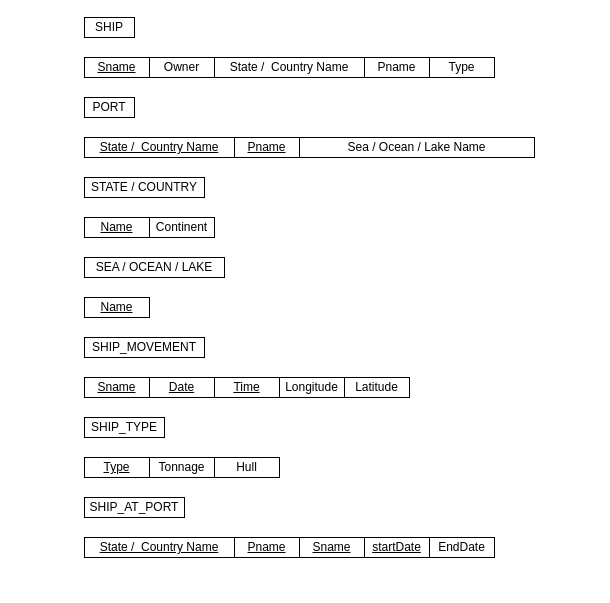
shivamdesai04/ENSF300 keeps this draw.io diagram as assignment3/Question1.drawio. Above is the earlier version. Source tidied: cells renumbered, new cells numbered last; positions are measured from the earlier drawing's top-left corner, leaving out a move shared by most shapes. Both pictures are drawn from the tidied source at 100%, with x=0, y=0 at pixel (84, 17).
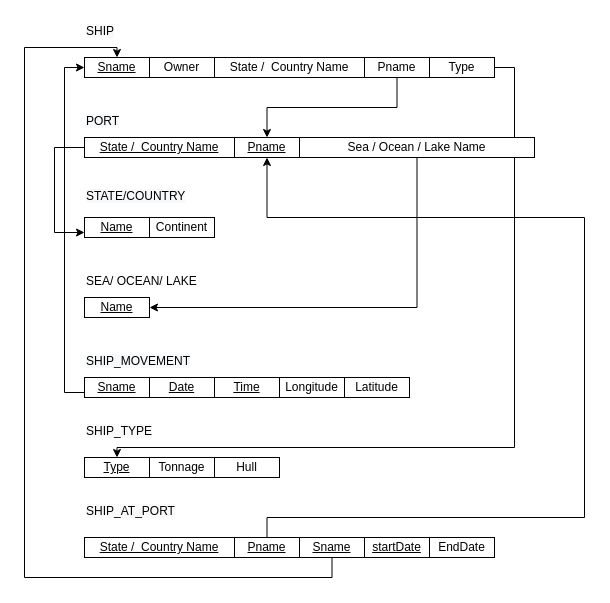
The same page after the edit.

The change refers to these unchanged cells:
```xml
<mxCell id="5" value="&lt;u&gt;Sname&lt;/u&gt;" style="rounded=0;whiteSpace=wrap;html=1;" parent="1" vertex="1">
  <mxGeometry y="40" width="65" height="20" as="geometry" />
</mxCell>
<mxCell id="7" value="Type" style="rounded=0;whiteSpace=wrap;html=1;" parent="1" vertex="1">
  <mxGeometry x="345" y="40" width="65" height="20" as="geometry" />
</mxCell>
<mxCell id="8" value="Pname" style="rounded=0;whiteSpace=wrap;html=1;" parent="1" vertex="1">
  <mxGeometry x="280" y="40" width="65" height="20" as="geometry" />
</mxCell>
<mxCell id="10" value="&lt;u&gt;Name&lt;/u&gt;" style="rounded=0;whiteSpace=wrap;html=1;" parent="1" vertex="1">
  <mxGeometry y="200" width="65" height="20" as="geometry" />
</mxCell>
<mxCell id="16" value="&lt;u&gt;Sname&lt;/u&gt;" style="rounded=0;whiteSpace=wrap;html=1;" parent="1" vertex="1">
  <mxGeometry y="360" width="65" height="20" as="geometry" />
</mxCell>
<mxCell id="21" value="&lt;u&gt;Type&lt;/u&gt;" style="rounded=0;whiteSpace=wrap;html=1;" parent="1" vertex="1">
  <mxGeometry y="440" width="65" height="20" as="geometry" />
</mxCell>
<mxCell id="26" value="&lt;u&gt;State / &amp;nbsp;Country Name&lt;/u&gt;" style="rounded=0;whiteSpace=wrap;html=1;" parent="1" vertex="1">
  <mxGeometry y="120" width="150" height="20" as="geometry" />
</mxCell>
<mxCell id="27" value="&lt;u&gt;Pname&lt;/u&gt;" style="rounded=0;whiteSpace=wrap;html=1;" parent="1" vertex="1">
  <mxGeometry x="150" y="120" width="65" height="20" as="geometry" />
</mxCell>
<mxCell id="28" value="Sea / Ocean / Lake Name" style="rounded=0;whiteSpace=wrap;html=1;" parent="1" vertex="1">
  <mxGeometry x="215" y="120" width="235" height="20" as="geometry" />
</mxCell>
<mxCell id="29" value="&lt;u&gt;Name&lt;/u&gt;" style="rounded=0;whiteSpace=wrap;html=1;" parent="1" vertex="1">
  <mxGeometry y="280" width="65" height="20" as="geometry" />
</mxCell>
<mxCell id="31" value="&lt;u&gt;Pname&lt;/u&gt;" style="rounded=0;whiteSpace=wrap;html=1;" parent="1" vertex="1">
  <mxGeometry x="150" y="520" width="65" height="20" as="geometry" />
</mxCell>
<mxCell id="32" value="&lt;u&gt;Sname&lt;/u&gt;" style="rounded=0;whiteSpace=wrap;html=1;" parent="1" vertex="1">
  <mxGeometry x="215" y="520" width="65" height="20" as="geometry" />
</mxCell>
```

Change to the diagram source:
```diff
@@
-    <mxCell id="2" value="SHIP" style="rounded=0;whiteSpace=wrap;html=1;" parent="1" vertex="1">
-      <mxGeometry width="50" height="20" as="geometry" />
-    </mxCell>
-    <mxCell id="3" value="PORT" style="rounded=0;whiteSpace=wrap;html=1;" parent="1" vertex="1">
-      <mxGeometry y="80" width="50" height="20" as="geometry" />
-    </mxCell>
-    <mxCell id="4" value="SEA / OCEAN / LAKE" style="rounded=0;whiteSpace=wrap;html=1;" parent="1" vertex="1">
-      <mxGeometry y="240" width="140" height="20" as="geometry" />
-    </mxCell>
@@
+    <mxCell id="33" style="edgeStyle=orthogonalEdgeStyle;rounded=0;jettySize=auto;html=1;exitX=1;exitY=0.5;exitDx=0;exitDy=0;entryX=0.5;entryY=0;entryDx=0;entryDy=0;" parent="1" edge="1" source="7" target="21">
+      <mxGeometry relative="1" as="geometry">
+        <Array as="points">
+          <mxPoint x="430" y="50" />
+          <mxPoint x="430" y="430" />
+          <mxPoint x="33" y="430" />
+        </Array>
+      </mxGeometry>
+    </mxCell>
@@
+    <mxCell id="34" style="edgeStyle=orthogonalEdgeStyle;rounded=0;jettySize=auto;html=1;exitX=0.5;exitY=1;exitDx=0;exitDy=0;entryX=0.5;entryY=0;entryDx=0;entryDy=0;" parent="1" edge="1" source="8" target="27">
+      <mxGeometry relative="1" as="geometry" />
+    </mxCell>
@@
-    <mxCell id="12" value="STATE / COUNTRY" style="rounded=0;whiteSpace=wrap;html=1;" parent="1" vertex="1">
-      <mxGeometry y="160" width="120" height="20" as="geometry" />
-    </mxCell>
-    <mxCell id="13" value="SHIP_MOVEMENT" style="rounded=0;whiteSpace=wrap;html=1;" parent="1" vertex="1">
-      <mxGeometry y="320" width="120" height="20" as="geometry" />
-    </mxCell>
-    <mxCell id="14" value="SHIP_TYPE" style="rounded=0;whiteSpace=wrap;html=1;" parent="1" vertex="1">
-      <mxGeometry y="400" width="80" height="20" as="geometry" />
-    </mxCell>
-    <mxCell id="15" value="SHIP_AT_PORT" style="rounded=0;whiteSpace=wrap;html=1;" parent="1" vertex="1">
-      <mxGeometry y="480" width="100" height="20" as="geometry" />
-    </mxCell>
+    <mxCell id="35" style="edgeStyle=orthogonalEdgeStyle;rounded=0;jettySize=auto;html=1;exitX=0;exitY=0.75;exitDx=0;exitDy=0;entryX=0;entryY=0.5;entryDx=0;entryDy=0;" parent="1" edge="1" source="16" target="5">
+      <mxGeometry relative="1" as="geometry" />
+    </mxCell>
@@
+    <mxCell id="36" style="edgeStyle=orthogonalEdgeStyle;rounded=0;jettySize=auto;html=1;exitX=0;exitY=0.5;exitDx=0;exitDy=0;entryX=0;entryY=0.75;entryDx=0;entryDy=0;" parent="1" edge="1" source="26" target="10">
+      <mxGeometry relative="1" as="geometry">
+        <Array as="points">
+          <mxPoint x="-30" y="130" />
+          <mxPoint x="-30" y="215" />
+        </Array>
+      </mxGeometry>
+    </mxCell>
@@
+    <mxCell id="37" style="edgeStyle=orthogonalEdgeStyle;rounded=0;jettySize=auto;html=1;exitX=0.5;exitY=1;exitDx=0;exitDy=0;entryX=1;entryY=0.5;entryDx=0;entryDy=0;" parent="1" edge="1" source="28" target="29">
+      <mxGeometry relative="1" as="geometry" />
+    </mxCell>
@@
+    <mxCell id="38" style="edgeStyle=orthogonalEdgeStyle;rounded=0;jettySize=auto;html=1;exitX=0.5;exitY=0;exitDx=0;exitDy=0;entryX=0.5;entryY=1;entryDx=0;entryDy=0;" parent="1" edge="1" source="31" target="27">
+      <mxGeometry relative="1" as="geometry">
+        <Array as="points">
+          <mxPoint x="183" y="500" />
+          <mxPoint x="500" y="500" />
+          <mxPoint x="500" y="200" />
+          <mxPoint x="183" y="200" />
+        </Array>
+      </mxGeometry>
+    </mxCell>
@@
+    <mxCell id="39" style="edgeStyle=orthogonalEdgeStyle;rounded=0;jettySize=auto;html=1;exitX=0.5;exitY=1;exitDx=0;exitDy=0;entryX=0.5;entryY=0;entryDx=0;entryDy=0;" parent="1" edge="1" source="32" target="5">
+      <mxGeometry relative="1" as="geometry">
+        <Array as="points">
+          <mxPoint x="248" y="560" />
+          <mxPoint x="-60" y="560" />
+          <mxPoint x="-60" y="30" />
+          <mxPoint x="33" y="30" />
+        </Array>
+      </mxGeometry>
+    </mxCell>
@@
+    <mxCell id="2" value="&lt;span style=&quot;color: rgb(0, 0, 0); font-family: Helvetica; font-size: 12px; font-style: normal; font-variant-ligatures: normal; font-variant-caps: normal; font-weight: 400; letter-spacing: normal; orphans: 2; text-align: center; text-indent: 0px; text-transform: none; widows: 2; word-spacing: 0px; -webkit-text-stroke-width: 0px; background-color: rgb(248, 249, 250); text-decoration-thickness: initial; text-decoration-style: initial; text-decoration-color: initial; float: none; display: inline !important;&quot;&gt;SHIP&lt;/span&gt;" style="text;whiteSpace=wrap;html=1;" parent="1" vertex="1">
+      <mxGeometry width="60" height="30" as="geometry" />
+    </mxCell>
+    <mxCell id="3" value="&lt;span style=&quot;color: rgb(0, 0, 0); font-family: Helvetica; font-size: 12px; font-style: normal; font-variant-ligatures: normal; font-variant-caps: normal; font-weight: 400; letter-spacing: normal; orphans: 2; text-align: center; text-indent: 0px; text-transform: none; widows: 2; word-spacing: 0px; -webkit-text-stroke-width: 0px; background-color: rgb(248, 249, 250); text-decoration-thickness: initial; text-decoration-style: initial; text-decoration-color: initial; float: none; display: inline !important;&quot;&gt;PORT&lt;/span&gt;" style="text;whiteSpace=wrap;html=1;" parent="1" vertex="1">
+      <mxGeometry y="90" width="60" height="30" as="geometry" />
+    </mxCell>
+    <mxCell id="40" value="&lt;span style=&quot;color: rgb(0, 0, 0); font-family: Helvetica; font-size: 12px; font-style: normal; font-variant-ligatures: normal; font-variant-caps: normal; font-weight: 400; letter-spacing: normal; orphans: 2; text-align: center; text-indent: 0px; text-transform: none; widows: 2; word-spacing: 0px; -webkit-text-stroke-width: 0px; background-color: rgb(248, 249, 250); text-decoration-thickness: initial; text-decoration-style: initial; text-decoration-color: initial; float: none; display: inline !important;&quot;&gt;STATE/COUNTRY&lt;/span&gt;" style="text;whiteSpace=wrap;html=1;" parent="1" vertex="1">
+      <mxGeometry y="165" width="60" height="30" as="geometry" />
+    </mxCell>
+    <mxCell id="41" value="&lt;div style=&quot;text-align: center;&quot;&gt;&lt;span style=&quot;background-color: initial;&quot;&gt;SEA/ OCEAN/ LAKE&lt;/span&gt;&lt;/div&gt;" style="text;whiteSpace=wrap;html=1;" parent="1" vertex="1">
+      <mxGeometry y="250" width="130" height="30" as="geometry" />
+    </mxCell>
+    <mxCell id="13" value="&lt;span style=&quot;color: rgb(0, 0, 0); font-family: Helvetica; font-size: 12px; font-style: normal; font-variant-ligatures: normal; font-variant-caps: normal; font-weight: 400; letter-spacing: normal; orphans: 2; text-align: center; text-indent: 0px; text-transform: none; widows: 2; word-spacing: 0px; -webkit-text-stroke-width: 0px; background-color: rgb(248, 249, 250); text-decoration-thickness: initial; text-decoration-style: initial; text-decoration-color: initial; float: none; display: inline !important;&quot;&gt;SHIP_MOVEMENT&lt;/span&gt;" style="text;whiteSpace=wrap;html=1;" parent="1" vertex="1">
+      <mxGeometry y="330" width="60" height="30" as="geometry" />
+    </mxCell>
+    <mxCell id="14" value="&lt;span style=&quot;color: rgb(0, 0, 0); font-family: Helvetica; font-size: 12px; font-style: normal; font-variant-ligatures: normal; font-variant-caps: normal; font-weight: 400; letter-spacing: normal; orphans: 2; text-align: center; text-indent: 0px; text-transform: none; widows: 2; word-spacing: 0px; -webkit-text-stroke-width: 0px; background-color: rgb(248, 249, 250); text-decoration-thickness: initial; text-decoration-style: initial; text-decoration-color: initial; float: none; display: inline !important;&quot;&gt;SHIP_TYPE&lt;/span&gt;" style="text;whiteSpace=wrap;html=1;" parent="1" vertex="1">
+      <mxGeometry y="400" width="60" height="30" as="geometry" />
+    </mxCell>
+    <mxCell id="15" value="&lt;span style=&quot;color: rgb(0, 0, 0); font-family: Helvetica; font-size: 12px; font-style: normal; font-variant-ligatures: normal; font-variant-caps: normal; font-weight: 400; letter-spacing: normal; orphans: 2; text-align: center; text-indent: 0px; text-transform: none; widows: 2; word-spacing: 0px; -webkit-text-stroke-width: 0px; background-color: rgb(248, 249, 250); text-decoration-thickness: initial; text-decoration-style: initial; text-decoration-color: initial; float: none; display: inline !important;&quot;&gt;SHIP_AT_PORT&lt;/span&gt;" style="text;whiteSpace=wrap;html=1;" parent="1" vertex="1">
+      <mxGeometry y="480" width="60" height="30" as="geometry" />
+    </mxCell>
```
